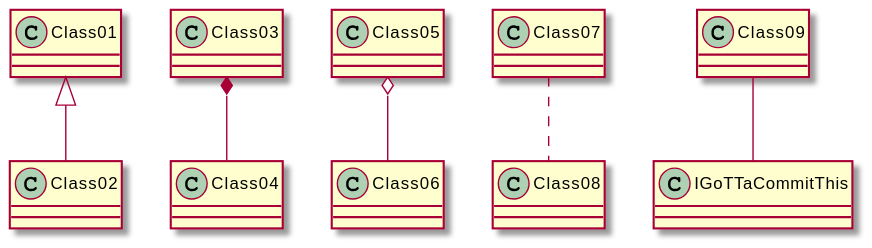
weichware10/meilensteine keeps this PlantUML diagram as meilenstein_03/test.svg. Above is the earlier version.
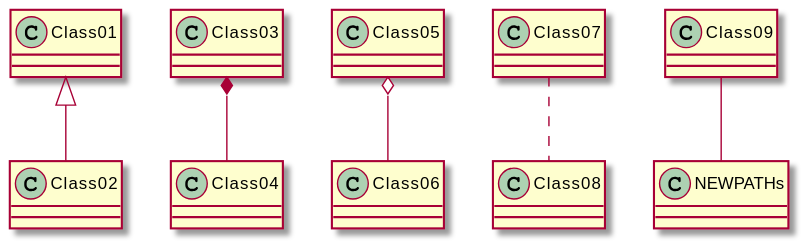
Later version of the same file.

Change to the diagram source:
```diff
@@ -3,5 +3,5 @@
 Class03 *-- Class04
 Class05 o-- Class06
 Class07 .. Class08
-Class09 -- IGoTTaCommitThis
+Class09 -- NEWPATHs
 @enduml
```
